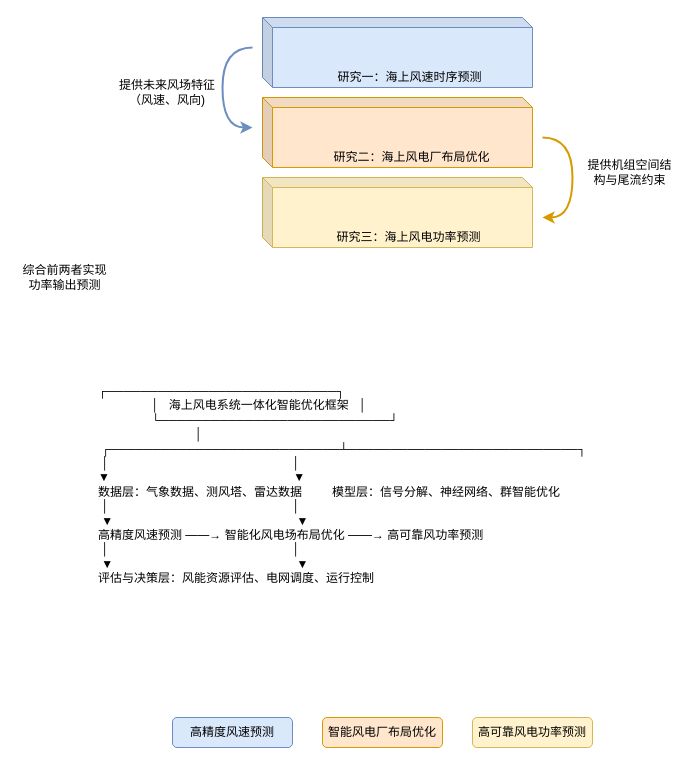
Before: page "研究内容" (2 of 2) of 风电厂布局优化.drawio in lyj-12/DrawIO, a draw.io diagram. Source tidied: cells renumbered, new cells numbered last; positions are measured from the earlier drawing's top-left corner, leaving out a move shared by most shapes. Both pictures are drawn from the tidied source at 100%, with x=0, y=0 at pixel (17, 17).
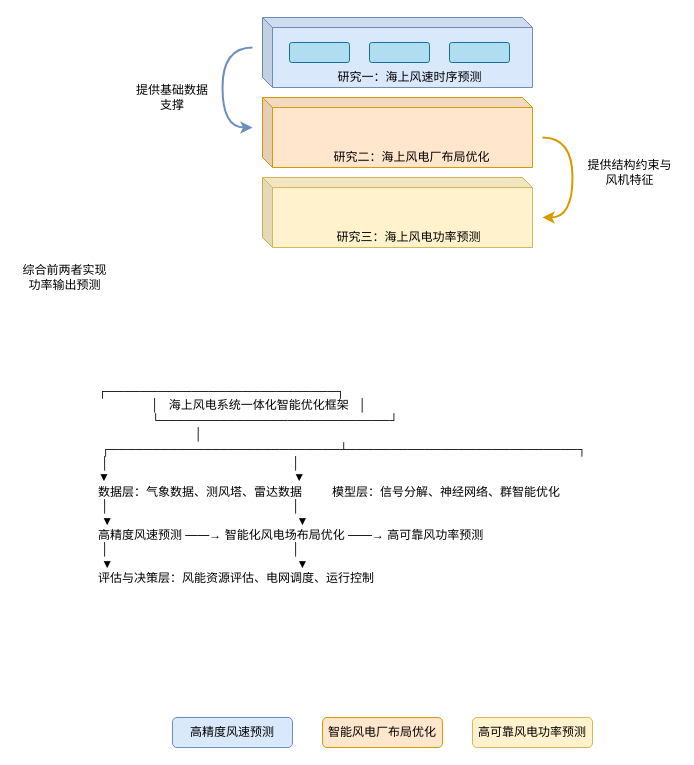
Above is the later version.

Commit message:
更新风电厂布局优化.drawio

Diff of the diagram source:
```diff
@@
-    <mxCell id="8" value="&lt;font face=&quot;宋体&quot;&gt;提供未来风场特征（风速、风向)&lt;/font&gt;" style="text;html=1;align=center;verticalAlign=middle;whiteSpace=wrap;rounded=0;" parent="1" vertex="1">
-      <mxGeometry x="95" y="60" width="110" height="30" as="geometry" />
+    <mxCell id="8" value="&lt;font face=&quot;宋体&quot;&gt;提供基础数据支撑&lt;/font&gt;" style="text;html=1;align=center;verticalAlign=middle;whiteSpace=wrap;rounded=0;" parent="1" vertex="1">
+      <mxGeometry x="115" y="60" width="80" height="40" as="geometry" />
     </mxCell>
-    <mxCell id="9" value="&lt;font face=&quot;宋体&quot;&gt;提供机组空间结构与尾流约束&lt;/font&gt;" style="text;html=1;align=center;verticalAlign=middle;whiteSpace=wrap;rounded=0;" parent="1" vertex="1">
+    <mxCell id="9" value="&lt;font face=&quot;宋体&quot;&gt;提供结构约束与风机特征&lt;/font&gt;" style="text;html=1;align=center;verticalAlign=middle;whiteSpace=wrap;rounded=0;" parent="1" vertex="1">
       <mxGeometry x="565" y="140" width="95" height="30" as="geometry" />
     </mxCell>
@@
+    <mxCell id="17" style="rounded=1;whiteSpace=wrap;html=1;arcSize=12;fillColor=#b1ddf0;strokeColor=#10739e;" parent="1" vertex="1">
+      <mxGeometry x="272" y="25" width="60" height="20" as="geometry" />
+    </mxCell>
+    <mxCell id="18" style="rounded=1;whiteSpace=wrap;html=1;arcSize=12;fillColor=#b1ddf0;strokeColor=#10739e;" parent="1" vertex="1">
+      <mxGeometry x="352" y="25" width="60" height="20" as="geometry" />
+    </mxCell>
+    <mxCell id="19" style="rounded=1;whiteSpace=wrap;html=1;arcSize=12;fillColor=#b1ddf0;strokeColor=#10739e;" parent="1" vertex="1">
+      <mxGeometry x="432" y="25" width="60" height="20" as="geometry" />
+    </mxCell>
```
